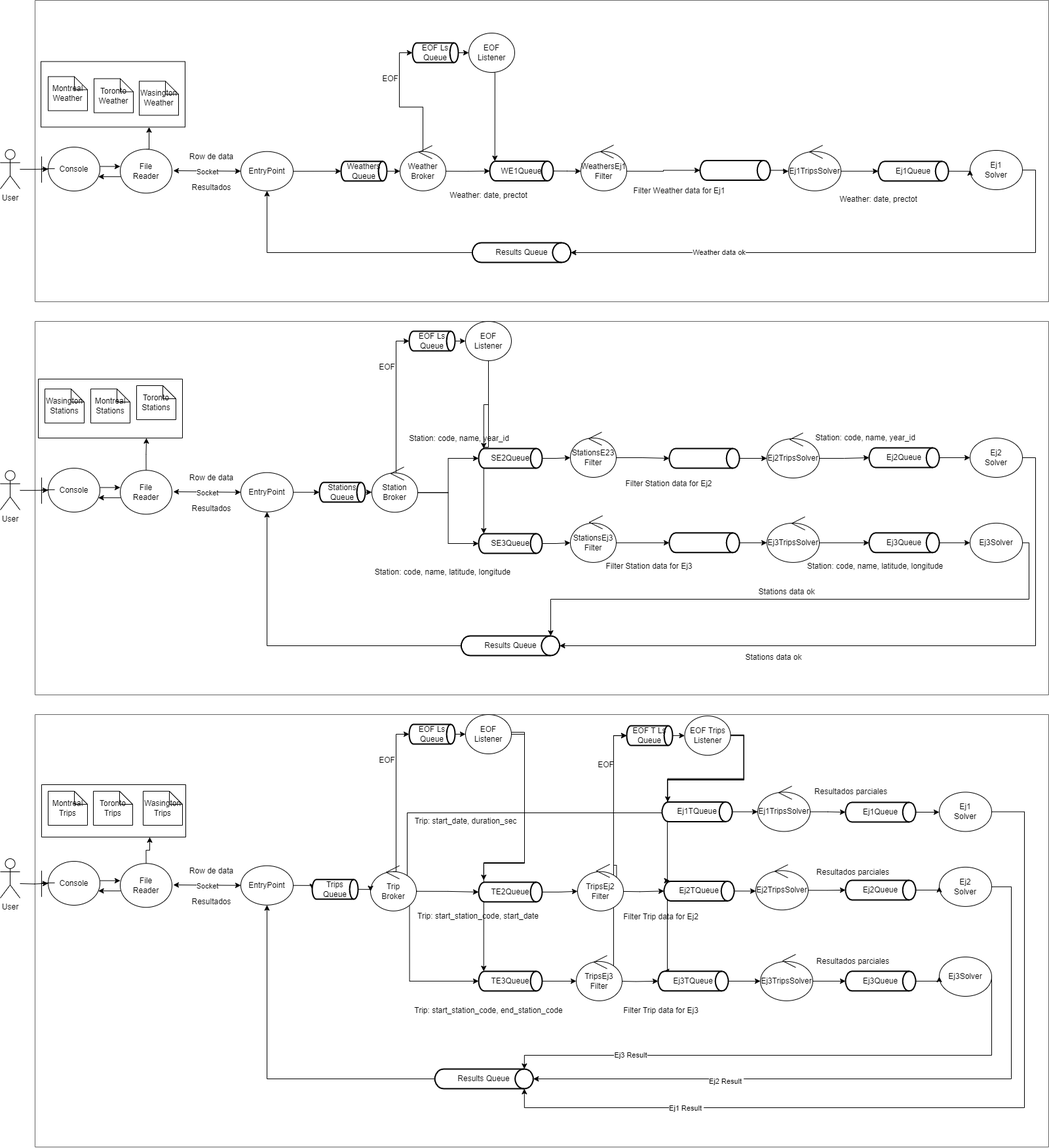
Above: Diagramas/Diagrama_de_Robustez.drawio.png in joaquinhojman/DistribuidosI-TP1 (draw.io), before the change. Source tidied: cells renumbered, new cells last; positions are measured from the earlier drawing's top-left corner, leaving out a move shared by most shapes.
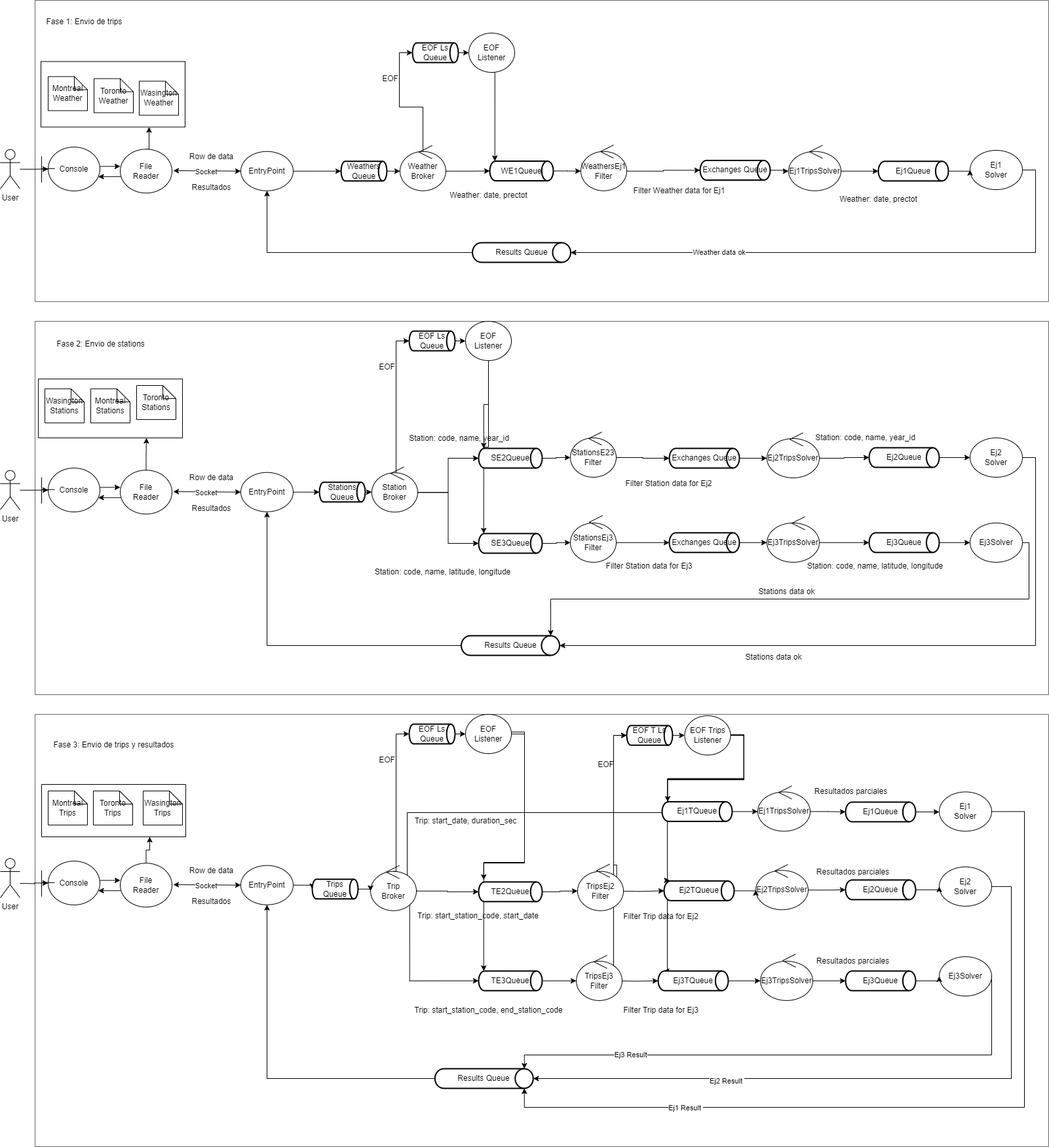
After the change.

Commit message:
completo info de exchanges

Diff of the diagram source:
```diff
@@ -100,7 +100,7 @@
     <mxCell id="26" style="edgeStyle=orthogonalEdgeStyle;rounded=0;jettySize=auto;html=1;exitX=1;exitY=0.5;exitDx=0;exitDy=0;exitPerimeter=0;" parent="4" edge="1" source="27" target="48">
       <mxGeometry relative="1" as="geometry" />
     </mxCell>
-    <mxCell id="27" style="strokeWidth=2;html=1;shape=mxgraph.flowchart.direct_data;whiteSpace=wrap;" parent="4" vertex="1">
+    <mxCell id="27" value="Exchanges Queue" style="strokeWidth=2;html=1;shape=mxgraph.flowchart.direct_data;whiteSpace=wrap;" parent="4" vertex="1">
       <mxGeometry x="1015" y="244.4" width="107" height="30" as="geometry" />
     </mxCell>
     <mxCell id="28" style="edgeStyle=orthogonalEdgeStyle;rounded=0;jettySize=auto;html=1;exitX=1;exitY=0.5;exitDx=0;exitDy=0;entryX=0;entryY=0.5;entryDx=0;entryDy=0;entryPerimeter=0;" parent="4" edge="1" source="29" target="27">
@@ -313,13 +313,13 @@
     <mxCell id="80" style="edgeStyle=orthogonalEdgeStyle;rounded=0;jettySize=auto;html=1;exitX=1;exitY=0.5;exitDx=0;exitDy=0;exitPerimeter=0;entryX=0;entryY=0.5;entryDx=0;entryDy=0;" parent="59" edge="1" source="81" target="110">
       <mxGeometry relative="1" as="geometry" />
     </mxCell>
-    <mxCell id="81" style="strokeWidth=2;html=1;shape=mxgraph.flowchart.direct_data;whiteSpace=wrap;" parent="59" vertex="1">
+    <mxCell id="81" value="Exchanges Queue" style="strokeWidth=2;html=1;shape=mxgraph.flowchart.direct_data;whiteSpace=wrap;" parent="59" vertex="1">
       <mxGeometry x="968" y="322.9" width="107" height="30" as="geometry" />
     </mxCell>
     <mxCell id="82" style="edgeStyle=orthogonalEdgeStyle;rounded=0;jettySize=auto;html=1;exitX=1;exitY=0.5;exitDx=0;exitDy=0;exitPerimeter=0;entryX=0;entryY=0.5;entryDx=0;entryDy=0;" parent="59" edge="1" source="83" target="112">
       <mxGeometry relative="1" as="geometry" />
     </mxCell>
-    <mxCell id="83" style="strokeWidth=2;html=1;shape=mxgraph.flowchart.direct_data;whiteSpace=wrap;" parent="59" vertex="1">
+    <mxCell id="83" value="Exchanges Queue" style="strokeWidth=2;html=1;shape=mxgraph.flowchart.direct_data;whiteSpace=wrap;" parent="59" vertex="1">
       <mxGeometry x="968" y="194" width="107" height="30" as="geometry" />
     </mxCell>
     <mxCell id="84" style="edgeStyle=orthogonalEdgeStyle;rounded=0;jettySize=auto;html=1;exitX=1;exitY=0.5;exitDx=0;exitDy=0;entryX=0;entryY=0.5;entryDx=0;entryDy=0;entryPerimeter=0;" parent="59" edge="1" source="85" target="81">
@@ -473,6 +473,9 @@
     <mxCell id="125" value="Station: code, name, latitude, longitude" style="text;html=1;align=center;verticalAlign=middle;strokeColor=none;fillColor=none;" parent="59" vertex="1">
       <mxGeometry x="1167" y="359.4" width="230" height="30" as="geometry" />
     </mxCell>
+    <mxCell id="236" value="Fase 2: Envio de stations" style="text;html=1;align=center;verticalAlign=middle;strokeColor=none;fillColor=none;" parent="59" vertex="1">
+      <mxGeometry x="20" y="20" width="160" height="30" as="geometry" />
+    </mxCell>
     <mxCell id="126" style="edgeStyle=orthogonalEdgeStyle;rounded=0;jettySize=auto;html=1;" parent="1" edge="1" source="127" target="68">
       <mxGeometry relative="1" as="geometry" />
     </mxCell>
@@ -903,6 +906,9 @@
     <mxCell id="226" value="Resultados parciales" style="text;html=1;align=center;verticalAlign=middle;strokeColor=none;fillColor=none;" parent="137" vertex="1">
       <mxGeometry x="1180" y="103.4" width="130" height="30" as="geometry" />
     </mxCell>
+    <mxCell id="237" value="Fase 3: Envio de trips y resultados" style="text;html=1;align=center;verticalAlign=middle;strokeColor=none;fillColor=none;" parent="137" vertex="1">
+      <mxGeometry x="15" y="32.1" width="210" height="30" as="geometry" />
+    </mxCell>
     <mxCell id="227" style="edgeStyle=orthogonalEdgeStyle;rounded=0;jettySize=auto;html=1;" parent="1" edge="1" target="152">
       <mxGeometry relative="1" as="geometry">
         <mxPoint x="30" y="1348" as="sourcePoint" />
@@ -950,5 +956,8 @@
     <mxCell id="235" value="User" style="shape=umlActor;verticalLabelPosition=bottom;verticalAlign=top;html=1;" parent="1" vertex="1">
       <mxGeometry y="1310" width="30" height="60" as="geometry" />
     </mxCell>
+    <mxCell id="238" value="Fase 1: Envio de trips" style="text;html=1;align=center;verticalAlign=middle;strokeColor=none;fillColor=none;" parent="1" vertex="1">
+      <mxGeometry x="58" y="18" width="140" height="30" as="geometry" />
+    </mxCell>
   </root>
 </mxGraphModel>
```
